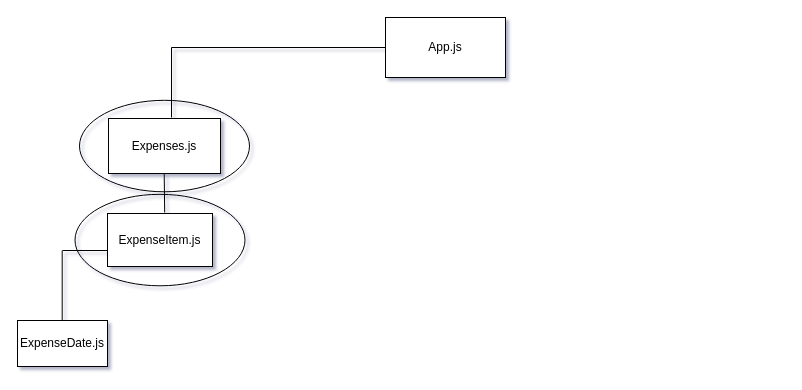
The draw.io diagram Expense-calendar-scheme.drawio in Lonerr7/-Udemy-React-Expense-Calendar, before the edit. Source tidied: cells renumbered, new cells numbered last; positions are measured from the earlier drawing's top-left corner, leaving out a move shared by most shapes. Both pictures are drawn from the tidied source at 100%, with x=0, y=0 at pixel (17, 17).
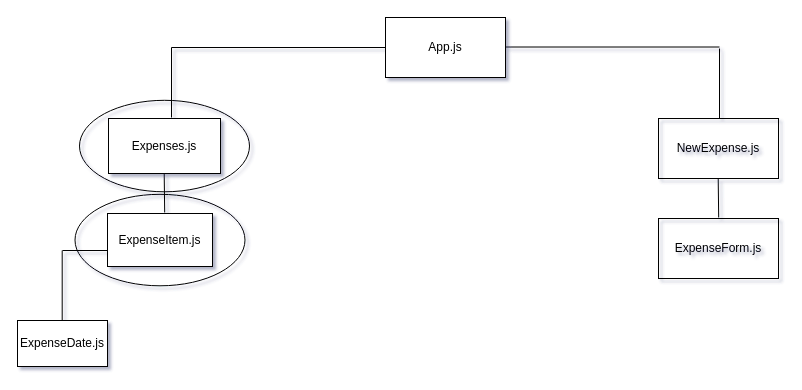
Above is the later version.

Commit message (it also covers changes not shown here):
Made 2 new components: NewExpense and ExpenseForm without any logic

What changed in the source:
```diff
@@
+    <mxCell id="13" style="endArrow=none;html=1;entryX=0;entryY=0.5;entryDx=0;entryDy=0;" parent="1" edge="1">
+      <mxGeometry relative="1" as="geometry">
+        <mxPoint x="488" y="29.5" as="sourcePoint" />
+        <mxPoint x="702" y="29.5" as="targetPoint" />
+      </mxGeometry>
+    </mxCell>
+    <mxCell id="14" style="endArrow=none;html=1;" parent="1" edge="1">
+      <mxGeometry relative="1" as="geometry">
+        <mxPoint x="702" y="101" as="sourcePoint" />
+        <mxPoint x="702" y="31" as="targetPoint" />
+      </mxGeometry>
+    </mxCell>
+    <mxCell id="15" value="NewExpense.js" style="rounded=0;whiteSpace=wrap;html=1;fillColor=none;" parent="1" vertex="1">
+      <mxGeometry x="641" y="101" width="120" height="60" as="geometry" />
+    </mxCell>
+    <mxCell id="16" style="endArrow=none;html=1;" parent="1" edge="1">
+      <mxGeometry relative="1" as="geometry">
+        <mxPoint x="701.2" y="200" as="sourcePoint" />
+        <mxPoint x="700.7" y="161" as="targetPoint" />
+      </mxGeometry>
+    </mxCell>
+    <mxCell id="17" value="ExpenseForm.js" style="rounded=0;whiteSpace=wrap;html=1;fillColor=none;" parent="1" vertex="1">
+      <mxGeometry x="641" y="201" width="120" height="60" as="geometry" />
+    </mxCell>
```
